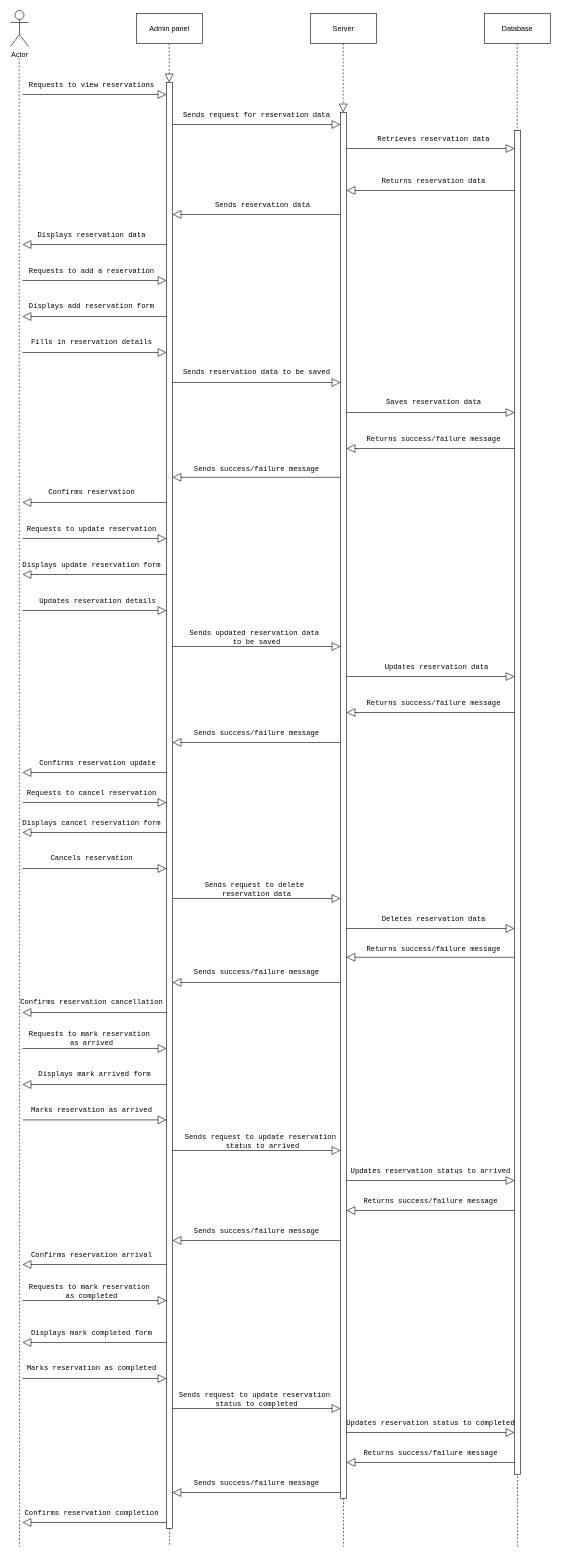
Earlier version of the draw.io diagram resturent management.drawio (CodeSithum/sequencediagram). Source tidied: cells renumbered, new cells numbered last; positions are measured from the earlier drawing's top-left corner, leaving out a move shared by most shapes. Both pictures are drawn from the tidied source at 60%, with x=0, y=0 at pixel (10, 10).
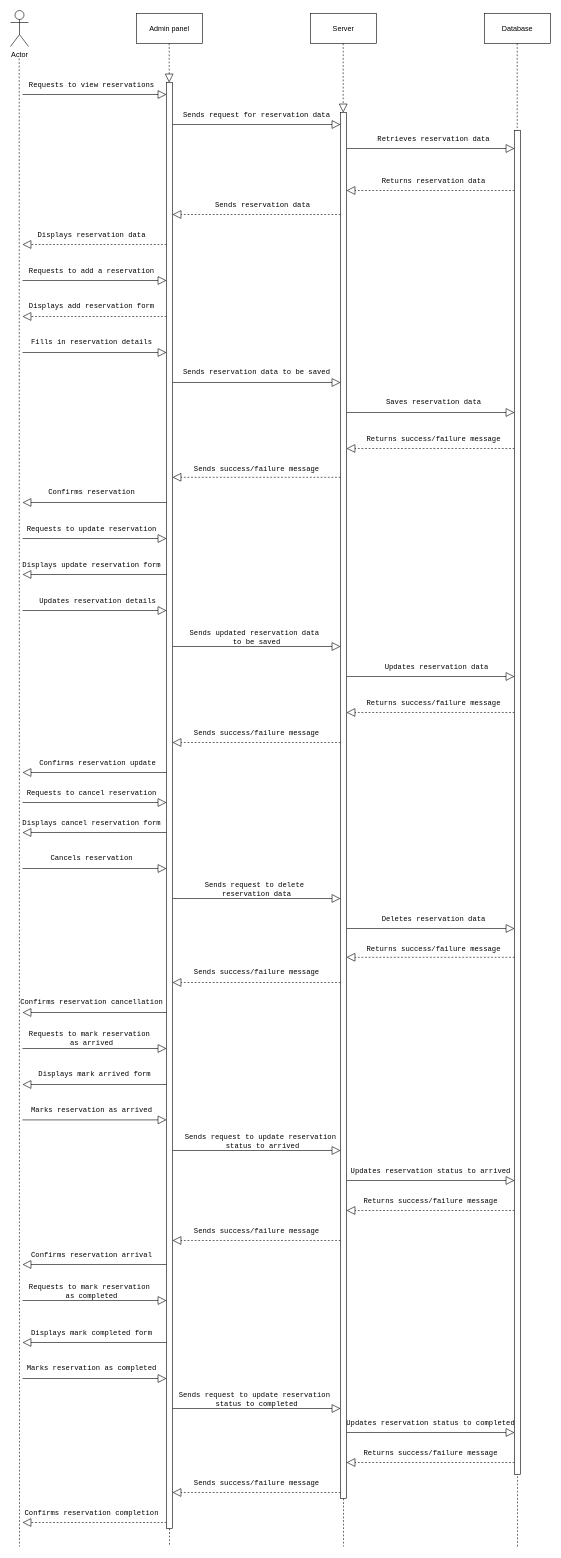
The same page after the edit.

The edit, as a diff of the source:
```diff
@@
-    <mxCell id="57" style="endArrow=block;endFill=0;endSize=12;html=1;rounded=0;" parent="1" edge="1">
+    <mxCell id="57" style="endArrow=block;endFill=0;endSize=12;html=1;rounded=0;dashed=1;" parent="1" edge="1">
       <mxGeometry relative="1" as="geometry">
         <mxPoint x="260" y="390" as="sourcePoint" />
         <mxPoint x="20" y="390" as="targetPoint" />
       </mxGeometry>
     </mxCell>
@@
-    <mxCell id="59" style="endArrow=block;endFill=0;endSize=12;html=1;rounded=0;" parent="1" edge="1">
+    <mxCell id="59" style="endArrow=block;endFill=0;endSize=12;html=1;rounded=0;dashed=1;" parent="1" edge="1">
       <mxGeometry relative="1" as="geometry">
         <mxPoint x="260" y="510" as="sourcePoint" />
         <mxPoint x="20" y="510" as="targetPoint" />
       </mxGeometry>
     </mxCell>
@@
-    <mxCell id="77" style="endArrow=block;endFill=0;endSize=12;html=1;rounded=0;" parent="1" edge="1">
+    <mxCell id="77" style="endArrow=block;endFill=0;endSize=12;html=1;rounded=0;dashed=1;" parent="1" edge="1">
       <mxGeometry relative="1" as="geometry">
         <mxPoint x="260" y="2520" as="sourcePoint" />
         <mxPoint x="20" y="2520" as="targetPoint" />
       </mxGeometry>
     </mxCell>
@@
-    <mxCell id="79" style="endArrow=block;endFill=0;endSize=12;html=1;rounded=0;" parent="1" edge="1">
+    <mxCell id="79" style="endArrow=block;endFill=0;endSize=12;html=1;rounded=0;dashed=1;" parent="1" edge="1">
       <mxGeometry relative="1" as="geometry">
         <mxPoint x="550" y="340" as="sourcePoint" />
         <mxPoint x="270" y="340" as="targetPoint" />
       </mxGeometry>
     </mxCell>
@@
-    <mxCell id="81" style="endArrow=block;endFill=0;endSize=12;html=1;rounded=0;" parent="1" edge="1">
+    <mxCell id="81" style="endArrow=block;endFill=0;endSize=12;html=1;rounded=0;dashed=1;" parent="1" edge="1">
       <mxGeometry relative="1" as="geometry">
         <mxPoint x="550" y="778" as="sourcePoint" />
         <mxPoint x="270" y="778" as="targetPoint" />
       </mxGeometry>
     </mxCell>
@@
-    <mxCell id="83" style="endArrow=block;endFill=0;endSize=12;html=1;rounded=0;" parent="1" edge="1">
+    <mxCell id="83" style="endArrow=block;endFill=0;endSize=12;html=1;rounded=0;dashed=1;" parent="1" edge="1">
       <mxGeometry relative="1" as="geometry">
         <mxPoint x="550" y="1220" as="sourcePoint" />
         <mxPoint x="270" y="1220" as="targetPoint" />
       </mxGeometry>
     </mxCell>
@@
-    <mxCell id="85" style="endArrow=block;endFill=0;endSize=12;html=1;rounded=0;" parent="1" edge="1">
+    <mxCell id="85" style="endArrow=block;endFill=0;endSize=12;html=1;rounded=0;dashed=1;" parent="1" edge="1">
       <mxGeometry relative="1" as="geometry">
         <mxPoint x="550" y="1620" as="sourcePoint" />
         <mxPoint x="270" y="1620" as="targetPoint" />
       </mxGeometry>
     </mxCell>
@@
-    <mxCell id="87" style="endArrow=block;endFill=0;endSize=12;html=1;rounded=0;" parent="1" edge="1">
+    <mxCell id="87" style="endArrow=block;endFill=0;endSize=12;html=1;rounded=0;dashed=1;" parent="1" edge="1">
       <mxGeometry relative="1" as="geometry">
         <mxPoint x="550" y="2050" as="sourcePoint" />
         <mxPoint x="270" y="2050" as="targetPoint" />
       </mxGeometry>
     </mxCell>
@@
-    <mxCell id="89" style="endArrow=block;endFill=0;endSize=12;html=1;rounded=0;" parent="1" edge="1">
+    <mxCell id="89" style="endArrow=block;endFill=0;endSize=12;html=1;rounded=0;dashed=1;" parent="1" edge="1">
       <mxGeometry relative="1" as="geometry">
         <mxPoint x="550" y="2470" as="sourcePoint" />
         <mxPoint x="270" y="2470" as="targetPoint" />
       </mxGeometry>
     </mxCell>
@@
-    <mxCell id="91" style="endArrow=block;endFill=0;endSize=12;html=1;rounded=0;" parent="1" edge="1">
+    <mxCell id="91" style="endArrow=block;endFill=0;endSize=12;html=1;rounded=0;dashed=1;" parent="1" edge="1">
       <mxGeometry relative="1" as="geometry">
         <mxPoint x="840" y="300" as="sourcePoint" />
         <mxPoint x="560" y="300" as="targetPoint" />
       </mxGeometry>
     </mxCell>
@@
-    <mxCell id="93" style="endArrow=block;endFill=0;endSize=12;html=1;rounded=0;" parent="1" edge="1">
+    <mxCell id="93" style="endArrow=block;endFill=0;endSize=12;html=1;rounded=0;dashed=1;" parent="1" edge="1">
       <mxGeometry relative="1" as="geometry">
         <mxPoint x="840" y="730" as="sourcePoint" />
         <mxPoint x="560" y="730" as="targetPoint" />
       </mxGeometry>
     </mxCell>
@@
-    <mxCell id="95" style="endArrow=block;endFill=0;endSize=12;html=1;rounded=0;" parent="1" edge="1">
+    <mxCell id="95" style="endArrow=block;endFill=0;endSize=12;html=1;rounded=0;dashed=1;" parent="1" edge="1">
       <mxGeometry relative="1" as="geometry">
         <mxPoint x="840" y="1170" as="sourcePoint" />
         <mxPoint x="560" y="1170" as="targetPoint" />
       </mxGeometry>
     </mxCell>
@@
-    <mxCell id="97" style="endArrow=block;endFill=0;endSize=12;html=1;rounded=0;" parent="1" edge="1">
+    <mxCell id="97" style="endArrow=block;endFill=0;endSize=12;html=1;rounded=0;dashed=1;" parent="1" edge="1">
       <mxGeometry relative="1" as="geometry">
         <mxPoint x="840" y="1578" as="sourcePoint" />
         <mxPoint x="560" y="1578" as="targetPoint" />
       </mxGeometry>
     </mxCell>
@@
-    <mxCell id="99" style="endArrow=block;endFill=0;endSize=12;html=1;rounded=0;" parent="1" edge="1">
+    <mxCell id="99" style="endArrow=block;endFill=0;endSize=12;html=1;rounded=0;dashed=1;" parent="1" edge="1">
       <mxGeometry relative="1" as="geometry">
         <mxPoint x="840" y="2000" as="sourcePoint" />
         <mxPoint x="560" y="2000" as="targetPoint" />
       </mxGeometry>
     </mxCell>
@@
-    <mxCell id="101" style="endArrow=block;endFill=0;endSize=12;html=1;rounded=0;" parent="1" edge="1">
+    <mxCell id="101" style="endArrow=block;endFill=0;endSize=12;html=1;rounded=0;dashed=1;" parent="1" edge="1">
       <mxGeometry relative="1" as="geometry">
         <mxPoint x="840" y="2420" as="sourcePoint" />
         <mxPoint x="560" y="2420" as="targetPoint" />
       </mxGeometry>
     </mxCell>
```
